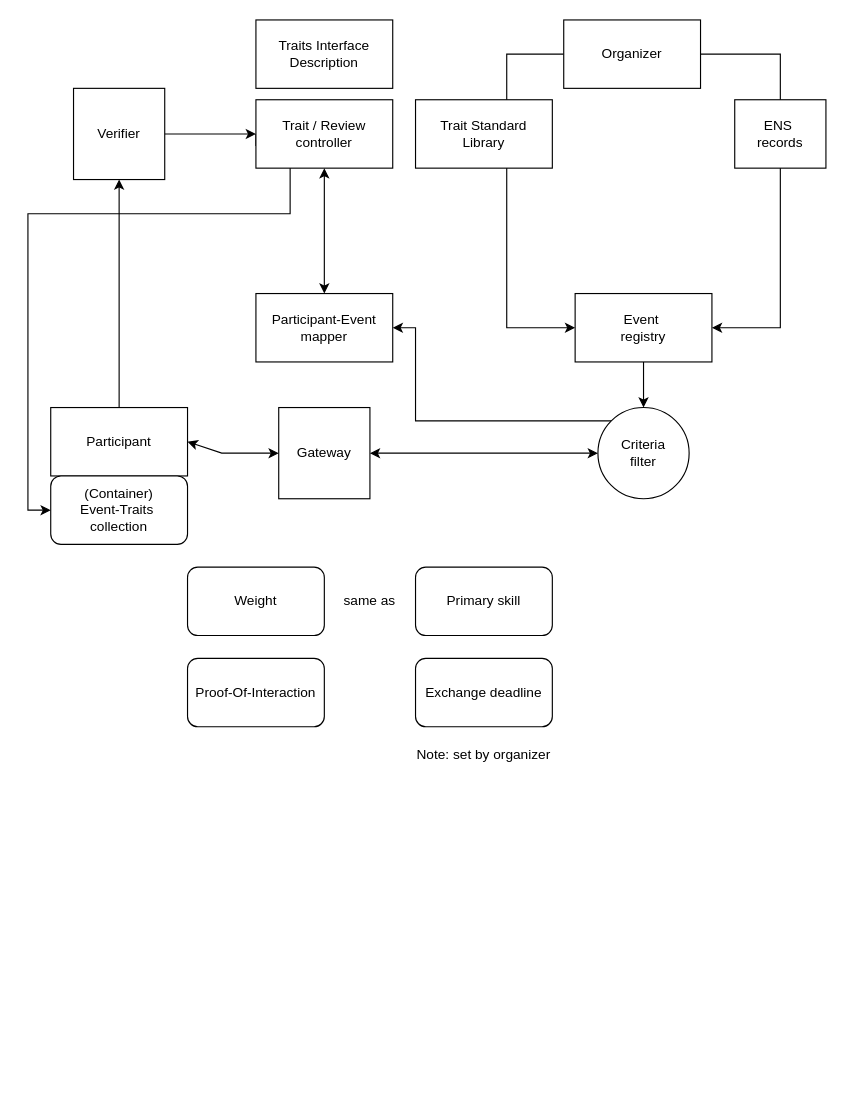
bitspresso/gm_id keeps this draw.io diagram as gm_id.drawio. Above is the earlier version. Source tidied: cells renumbered, new cells numbered last; positions are measured from the earlier drawing's top-left corner, leaving out a move shared by most shapes. Both pictures are drawn from the tidied source at 114%, with x=0, y=0 at pixel (27, 19).
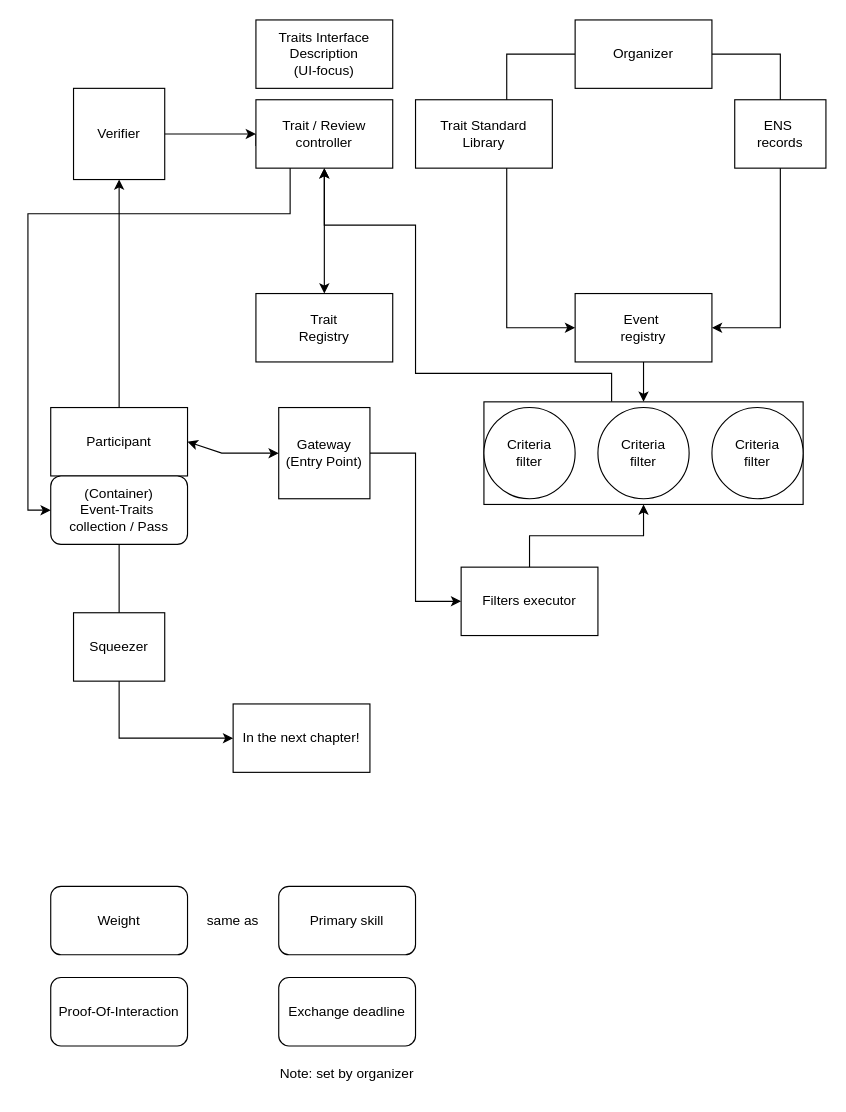
The same page after the edit.

Unchanged cells that the change refers to:
```xml
<mxCell id="8" value="&lt;div&gt;Event&amp;nbsp;&lt;/div&gt;&lt;div&gt;registry&lt;/div&gt;" style="rounded=0;whiteSpace=wrap;html=1;" parent="1" vertex="1">
  <mxGeometry x="480" y="240" width="120" height="60" as="geometry" />
</mxCell>
<mxCell id="11" value="Trait / Review&lt;br&gt;controller" style="rounded=0;whiteSpace=wrap;html=1;" parent="1" vertex="1">
  <mxGeometry x="200" y="70" width="120" height="60" as="geometry" />
</mxCell>
```

The edit, as a diff of the source:
```diff
@@
+    <mxCell id="30" style="edgeStyle=orthogonalEdgeStyle;rounded=0;jettySize=auto;html=1;exitX=0.5;exitY=1;exitDx=0;exitDy=0;entryX=0;entryY=0.5;entryDx=0;entryDy=0;" parent="1" edge="1" source="4" target="38">
+      <mxGeometry relative="1" as="geometry" />
+    </mxCell>
-    <mxCell id="4" value="&lt;div&gt;(Container)&lt;br&gt;Event-Traits&amp;nbsp;&lt;/div&gt;&lt;div&gt;collection&lt;/div&gt;" style="rounded=1;whiteSpace=wrap;html=1;" parent="1" vertex="1">
+    <mxCell id="4" value="&lt;div&gt;(Container)&lt;br&gt;Event-Traits&amp;nbsp;&lt;/div&gt;&lt;div&gt;collection / Pass&lt;br&gt;&lt;/div&gt;" style="rounded=1;whiteSpace=wrap;html=1;" parent="1" vertex="1">
       <mxGeometry x="20" y="400" width="120" height="60" as="geometry" />
     </mxCell>
     <mxCell id="5" value="Weight" style="rounded=1;whiteSpace=wrap;html=1;" parent="1" vertex="1">
-      <mxGeometry x="140" y="480" width="120" height="60" as="geometry" />
+      <mxGeometry x="20" y="760" width="120" height="60" as="geometry" />
     </mxCell>
     <mxCell id="6" value="Proof-Of-Interaction" style="rounded=1;whiteSpace=wrap;html=1;" parent="1" vertex="1">
-      <mxGeometry x="140" y="560" width="120" height="60" as="geometry" />
+      <mxGeometry x="20" y="840" width="120" height="60" as="geometry" />
     </mxCell>
-    <mxCell id="7" style="edgeStyle=orthogonalEdgeStyle;rounded=0;jettySize=auto;html=1;exitX=0.5;exitY=1;exitDx=0;exitDy=0;entryX=0.5;entryY=0;entryDx=0;entryDy=0;" parent="1" edge="1" source="8" target="13">
-      <mxGeometry relative="1" as="geometry" />
-    </mxCell>
+    <mxCell id="31" style="edgeStyle=orthogonalEdgeStyle;rounded=0;jettySize=auto;html=1;exitX=0.5;exitY=1;exitDx=0;exitDy=0;entryX=0.5;entryY=0;entryDx=0;entryDy=0;" parent="1" edge="1" source="8" target="33">
+      <mxGeometry relative="1" as="geometry" />
+    </mxCell>
@@
-    <mxCell id="9" value="Traits Interface Description" style="rounded=0;whiteSpace=wrap;html=1;" parent="1" vertex="1">
+    <mxCell id="9" value="Traits Interface Description &lt;br&gt;(UI-focus)" style="rounded=0;whiteSpace=wrap;html=1;" parent="1" vertex="1">
       <mxGeometry x="200" width="120" height="60" as="geometry" />
     </mxCell>
@@
-    <mxCell id="12" style="edgeStyle=orthogonalEdgeStyle;rounded=0;jettySize=auto;html=1;exitX=0;exitY=0;exitDx=0;exitDy=0;entryX=1;entryY=0.5;entryDx=0;entryDy=0;" parent="1" edge="1" source="13" target="26">
+    <mxCell id="12" style="edgeStyle=orthogonalEdgeStyle;rounded=0;jettySize=auto;html=1;entryX=0.5;entryY=1;entryDx=0;entryDy=0;" parent="1" edge="1" source="33" target="11">
       <mxGeometry relative="1" as="geometry">
         <Array as="points">
-          <mxPoint x="340" y="352" />
-          <mxPoint x="340" y="270" />
+          <mxPoint x="512" y="310" />
+          <mxPoint x="340" y="310" />
+          <mxPoint x="340" y="180" />
+          <mxPoint x="260" y="180" />
         </Array>
       </mxGeometry>
     </mxCell>
-    <mxCell id="13" value="Criteria &lt;br&gt;filter" style="ellipse;whiteSpace=wrap;html=1;" parent="1" vertex="1">
-      <mxGeometry x="500" y="340" width="80" height="80" as="geometry" />
-    </mxCell>
@@
     <mxCell id="18" value="Organizer" style="rounded=0;whiteSpace=wrap;html=1;" parent="1" vertex="1">
-      <mxGeometry x="470" width="120" height="60" as="geometry" />
+      <mxGeometry x="480" width="120" height="60" as="geometry" />
     </mxCell>
+    <mxCell id="32" style="edgeStyle=orthogonalEdgeStyle;rounded=0;jettySize=auto;html=1;exitX=1;exitY=0.5;exitDx=0;exitDy=0;entryX=0;entryY=0.5;entryDx=0;entryDy=0;" parent="1" edge="1" source="19" target="37">
+      <mxGeometry relative="1" as="geometry" />
+    </mxCell>
-    <mxCell id="19" value="Gateway" style="rounded=0;whiteSpace=wrap;html=1;" parent="1" vertex="1">
+    <mxCell id="19" value="Gateway&lt;br&gt;(Entry Point)" style="rounded=0;whiteSpace=wrap;html=1;" parent="1" vertex="1">
       <mxGeometry x="220" y="340" width="80" height="80" as="geometry" />
     </mxCell>
-    <mxCell id="20" style="endArrow=classic;startArrow=classic;html=1;rounded=0;exitX=1;exitY=0.5;exitDx=0;exitDy=0;entryX=0;entryY=0.5;entryDx=0;entryDy=0;" parent="1" edge="1" source="19" target="13">
-      <mxGeometry relative="1" as="geometry" />
-    </mxCell>
@@
     <mxCell id="24" value="Primary skill" style="rounded=1;whiteSpace=wrap;html=1;" parent="1" vertex="1">
-      <mxGeometry x="340" y="480" width="120" height="60" as="geometry" />
+      <mxGeometry x="220" y="760" width="120" height="60" as="geometry" />
     </mxCell>
     <mxCell id="25" value="same as" style="text;html=1;strokeColor=none;fillColor=none;align=center;verticalAlign=middle;whiteSpace=wrap;rounded=0;" parent="1" vertex="1">
-      <mxGeometry x="270" y="495" width="60" height="30" as="geometry" />
+      <mxGeometry x="150" y="775" width="60" height="30" as="geometry" />
     </mxCell>
-    <mxCell id="26" value="Participant-Event &lt;br&gt;mapper" style="rounded=0;whiteSpace=wrap;html=1;" parent="1" vertex="1">
+    <mxCell id="26" value="Trait &lt;br&gt;Registry" style="rounded=0;whiteSpace=wrap;html=1;" parent="1" vertex="1">
       <mxGeometry x="200" y="240" width="120" height="60" as="geometry" />
     </mxCell>
     <mxCell id="27" value="Exchange deadline" style="rounded=1;whiteSpace=wrap;html=1;" parent="1" vertex="1">
-      <mxGeometry x="340" y="560" width="120" height="60" as="geometry" />
+      <mxGeometry x="220" y="840" width="120" height="60" as="geometry" />
     </mxCell>
+    <mxCell id="33" style="rounded=0;whiteSpace=wrap;html=1;" parent="1" vertex="1">
+      <mxGeometry x="400" y="335" width="280" height="90" as="geometry" />
+    </mxCell>
     <mxCell id="28" value="Note: set by organizer" style="text;html=1;strokeColor=none;fillColor=none;align=center;verticalAlign=middle;whiteSpace=wrap;rounded=0;" parent="1" vertex="1">
-      <mxGeometry x="340" y="630" width="120" height="30" as="geometry" />
+      <mxGeometry x="220" y="910" width="120" height="30" as="geometry" />
     </mxCell>
@@
+    <mxCell id="34" value="Criteria &lt;br&gt;filter" style="ellipse;whiteSpace=wrap;html=1;" parent="1" vertex="1">
+      <mxGeometry x="600" y="340" width="80" height="80" as="geometry" />
+    </mxCell>
+    <mxCell id="35" value="Criteria &lt;br&gt;filter" style="ellipse;whiteSpace=wrap;html=1;" parent="1" vertex="1">
+      <mxGeometry x="400" y="340" width="80" height="80" as="geometry" />
+    </mxCell>
+    <mxCell id="13" value="Criteria &lt;br&gt;filter" style="ellipse;whiteSpace=wrap;html=1;" parent="1" vertex="1">
+      <mxGeometry x="500" y="340" width="80" height="80" as="geometry" />
+    </mxCell>
+    <mxCell id="36" style="edgeStyle=orthogonalEdgeStyle;rounded=0;jettySize=auto;html=1;exitX=0.5;exitY=0;exitDx=0;exitDy=0;entryX=0.5;entryY=1;entryDx=0;entryDy=0;" parent="1" edge="1" source="37" target="33">
+      <mxGeometry relative="1" as="geometry" />
+    </mxCell>
+    <mxCell id="37" value="Filters executor" style="rounded=0;whiteSpace=wrap;html=1;" parent="1" vertex="1">
+      <mxGeometry x="380" y="480" width="120" height="60" as="geometry" />
+    </mxCell>
+    <mxCell id="38" value="In the next chapter!" style="rounded=0;whiteSpace=wrap;html=1;" parent="1" vertex="1">
+      <mxGeometry x="180" y="600" width="120" height="60" as="geometry" />
+    </mxCell>
+    <mxCell id="39" value="Squeezer" style="rounded=0;whiteSpace=wrap;html=1;" parent="1" vertex="1">
+      <mxGeometry x="40" y="520" width="80" height="60" as="geometry" />
+    </mxCell>
```
